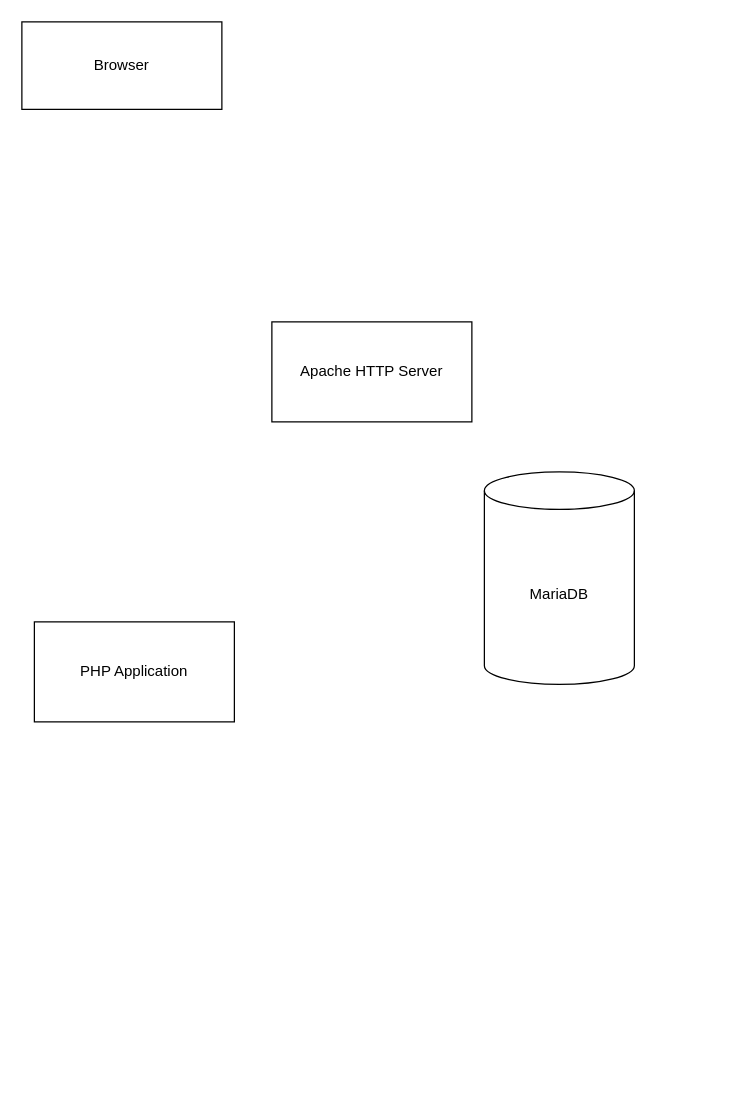
Before: DIAGRAMS/System Architecture Diagram.drawio in kedrick07/sample-tracking-system, a draw.io diagram. Source tidied: cells renumbered, new cells numbered last; positions are measured from the earlier drawing's top-left corner, leaving out a move shared by most shapes. Both pictures are drawn from the tidied source at 125%, with x=0, y=0 at pixel (21, 21).
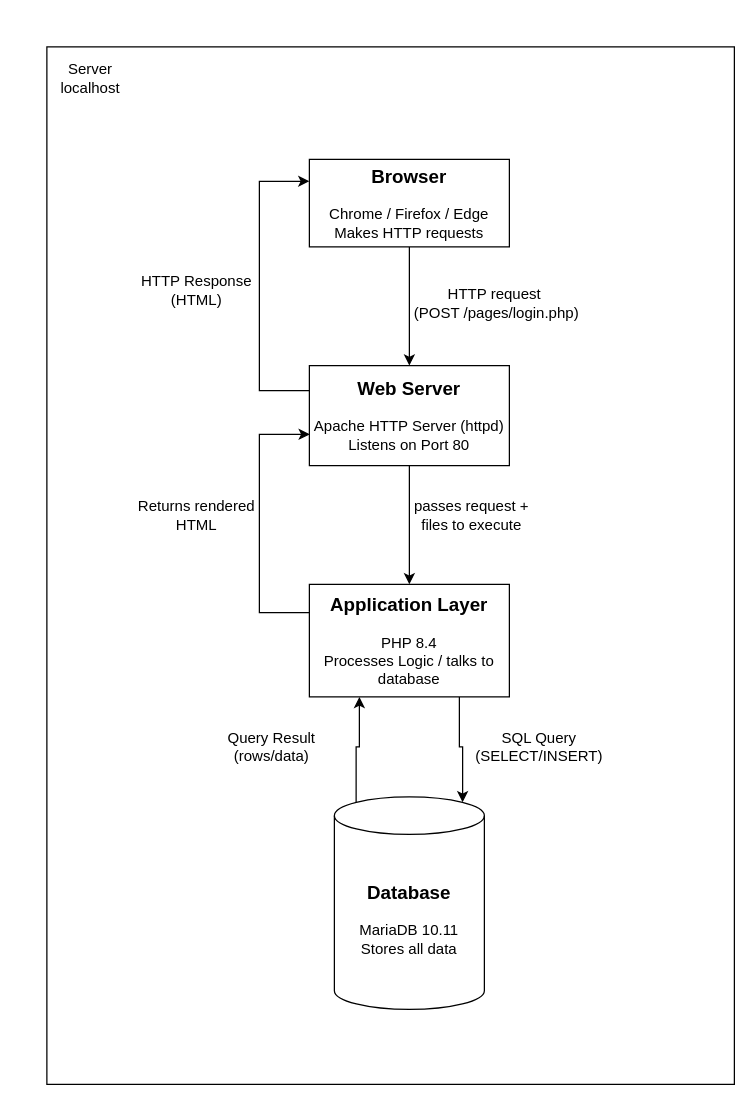
Above is the later version.

Diff of the diagram source:
```diff
@@
+    <mxCell id="6" style="rounded=0;whiteSpace=wrap;html=1;align=left;" parent="1" vertex="1">
+      <mxGeometry x="20" y="20" width="550" height="830" as="geometry" />
+    </mxCell>
+    <mxCell id="7" style="edgeStyle=orthogonalEdgeStyle;rounded=0;jettySize=auto;html=1;exitX=0.5;exitY=1;exitDx=0;exitDy=0;entryX=0.5;entryY=0;entryDx=0;entryDy=0;" parent="1" edge="1" source="2" target="3">
+      <mxGeometry relative="1" as="geometry" />
+    </mxCell>
-    <mxCell id="2" value="Browser" style="rounded=0;whiteSpace=wrap;html=1;" parent="1" vertex="1">
-      <mxGeometry width="160" height="70" as="geometry" />
+    <mxCell id="2" value="&lt;div style=&quot;&quot;&gt;&lt;span style=&quot;background-color: transparent; color: light-dark(rgb(0, 0, 0), rgb(255, 255, 255));&quot;&gt;&lt;b&gt;&lt;font style=&quot;font-size: 15px;&quot;&gt;Browser&lt;/font&gt;&lt;/b&gt;&lt;/span&gt;&lt;/div&gt;&lt;div style=&quot;&quot;&gt;&lt;span style=&quot;background-color: transparent; color: light-dark(rgb(0, 0, 0), rgb(255, 255, 255));&quot;&gt;&lt;br&gt;&lt;/span&gt;&lt;/div&gt;&lt;div&gt;Chrome / Firefox / Edge&lt;/div&gt;&lt;div&gt;Makes HTTP requests&lt;/div&gt;" style="rounded=0;whiteSpace=wrap;html=1;align=center;" parent="1" vertex="1">
+      <mxGeometry x="230" y="110" width="160" height="70" as="geometry" />
     </mxCell>
+    <mxCell id="8" style="edgeStyle=orthogonalEdgeStyle;rounded=0;jettySize=auto;html=1;entryX=0.5;entryY=0;entryDx=0;entryDy=0;" parent="1" edge="1" source="3" target="4">
+      <mxGeometry relative="1" as="geometry" />
+    </mxCell>
+    <mxCell id="9" style="edgeStyle=orthogonalEdgeStyle;rounded=0;jettySize=auto;html=1;exitX=0;exitY=0.25;exitDx=0;exitDy=0;entryX=0;entryY=0.25;entryDx=0;entryDy=0;" parent="1" edge="1" source="3" target="2">
+      <mxGeometry relative="1" as="geometry">
+        <Array as="points">
+          <mxPoint x="190" y="295" />
+          <mxPoint x="190" y="128" />
+        </Array>
+      </mxGeometry>
+    </mxCell>
-    <mxCell id="3" value="Apache HTTP Server" style="rounded=0;whiteSpace=wrap;html=1;" parent="1" vertex="1">
-      <mxGeometry x="200" y="240" width="160" height="80" as="geometry" />
+    <mxCell id="3" value="&lt;div style=&quot;&quot;&gt;&lt;b&gt;&lt;font style=&quot;font-size: 15px;&quot;&gt;Web Server&lt;/font&gt;&lt;/b&gt;&lt;/div&gt;&lt;div style=&quot;&quot;&gt;&lt;br&gt;&lt;/div&gt;&lt;div style=&quot;&quot;&gt;&lt;span style=&quot;background-color: transparent; color: light-dark(rgb(0, 0, 0), rgb(255, 255, 255));&quot;&gt;Apache HTTP Server (httpd)&lt;/span&gt;&lt;/div&gt;&lt;div&gt;Listens on Port 80&lt;/div&gt;" style="rounded=0;whiteSpace=wrap;html=1;align=center;" parent="1" vertex="1">
+      <mxGeometry x="230" y="275" width="160" height="80" as="geometry" />
     </mxCell>
-    <mxCell id="4" value="PHP Application" style="rounded=0;whiteSpace=wrap;html=1;" parent="1" vertex="1">
-      <mxGeometry x="10" y="480" width="160" height="80" as="geometry" />
+    <mxCell id="4" value="&lt;div style=&quot;&quot;&gt;&lt;span style=&quot;background-color: transparent; color: light-dark(rgb(0, 0, 0), rgb(255, 255, 255));&quot;&gt;&lt;b&gt;&lt;font style=&quot;font-size: 15px;&quot;&gt;Application Layer&lt;/font&gt;&lt;/b&gt;&lt;/span&gt;&lt;/div&gt;&lt;div style=&quot;&quot;&gt;&lt;span style=&quot;background-color: transparent; color: light-dark(rgb(0, 0, 0), rgb(255, 255, 255));&quot;&gt;&lt;br&gt;&lt;/span&gt;&lt;/div&gt;&lt;div style=&quot;&quot;&gt;PHP 8.4&lt;/div&gt;&lt;div&gt;Processes Logic / talks to database&lt;/div&gt;" style="rounded=0;whiteSpace=wrap;html=1;align=center;" parent="1" vertex="1">
+      <mxGeometry x="230" y="450" width="160" height="90" as="geometry" />
     </mxCell>
+    <mxCell id="10" style="edgeStyle=orthogonalEdgeStyle;rounded=0;jettySize=auto;html=1;exitX=0.145;exitY=0;exitDx=0;exitDy=4.35;exitPerimeter=0;entryX=0.25;entryY=1;entryDx=0;entryDy=0;" parent="1" edge="1" source="5" target="4">
+      <mxGeometry relative="1" as="geometry" />
+    </mxCell>
-    <mxCell id="5" value="MariaDB" style="shape=cylinder3;whiteSpace=wrap;html=1;boundedLbl=1;backgroundOutline=1;size=15;" parent="1" vertex="1">
-      <mxGeometry x="370" y="360" width="120" height="170" as="geometry" />
+    <mxCell id="5" value="&lt;div style=&quot;&quot;&gt;&lt;span style=&quot;background-color: transparent; color: light-dark(rgb(0, 0, 0), rgb(255, 255, 255));&quot;&gt;&lt;b&gt;&lt;font style=&quot;font-size: 15px;&quot;&gt;Database&lt;/font&gt;&lt;/b&gt;&lt;/span&gt;&lt;/div&gt;&lt;div style=&quot;&quot;&gt;&lt;span style=&quot;background-color: transparent; color: light-dark(rgb(0, 0, 0), rgb(255, 255, 255));&quot;&gt;&lt;b&gt;&lt;br&gt;&lt;/b&gt;&lt;/span&gt;&lt;/div&gt;&lt;div style=&quot;&quot;&gt;MariaDB 10.11&lt;/div&gt;&lt;div style=&quot;&quot;&gt;Stores all data&lt;/div&gt;" style="shape=cylinder3;whiteSpace=wrap;html=1;boundedLbl=1;backgroundOutline=1;size=15;align=center;" parent="1" vertex="1">
+      <mxGeometry x="250" y="620" width="120" height="170" as="geometry" />
     </mxCell>
+    <mxCell id="11" value="HTTP request&amp;nbsp;&lt;div&gt;(POST /pages/login.php)&lt;/div&gt;" style="text;html=1;whiteSpace=wrap;strokeColor=none;fillColor=none;align=center;verticalAlign=middle;rounded=0;" parent="1" vertex="1">
+      <mxGeometry x="300" y="210" width="160" height="30" as="geometry" />
+    </mxCell>
+    <mxCell id="12" value="HTTP Response&lt;div&gt;(HTML)&lt;/div&gt;" style="text;html=1;whiteSpace=wrap;strokeColor=none;fillColor=none;align=center;verticalAlign=middle;rounded=0;" parent="1" vertex="1">
+      <mxGeometry x="60" y="200" width="160" height="30" as="geometry" />
+    </mxCell>
+    <mxCell id="13" value="passes request + files to execute" style="text;html=1;whiteSpace=wrap;strokeColor=none;fillColor=none;align=center;verticalAlign=middle;rounded=0;" parent="1" vertex="1">
+      <mxGeometry x="310" y="380" width="100" height="30" as="geometry" />
+    </mxCell>
+    <mxCell id="14" style="edgeStyle=orthogonalEdgeStyle;rounded=0;jettySize=auto;html=1;exitX=0;exitY=0.25;exitDx=0;exitDy=0;entryX=0.002;entryY=0.687;entryDx=0;entryDy=0;entryPerimeter=0;" parent="1" edge="1" source="4" target="3">
+      <mxGeometry relative="1" as="geometry">
+        <Array as="points">
+          <mxPoint x="190" y="472" />
+          <mxPoint x="190" y="330" />
+        </Array>
+      </mxGeometry>
+    </mxCell>
+    <mxCell id="15" value="Returns rendered HTML" style="text;html=1;whiteSpace=wrap;strokeColor=none;fillColor=none;align=center;verticalAlign=middle;rounded=0;" parent="1" vertex="1">
+      <mxGeometry x="90" y="380" width="100" height="30" as="geometry" />
+    </mxCell>
+    <mxCell id="16" value="SQL Query (SELECT/INSERT)" style="text;html=1;whiteSpace=wrap;strokeColor=none;fillColor=none;align=center;verticalAlign=middle;rounded=0;" parent="1" vertex="1">
+      <mxGeometry x="364" y="560" width="100" height="40" as="geometry" />
+    </mxCell>
+    <mxCell id="17" style="edgeStyle=orthogonalEdgeStyle;rounded=0;jettySize=auto;html=1;exitX=0.75;exitY=1;exitDx=0;exitDy=0;entryX=0.855;entryY=0;entryDx=0;entryDy=4.35;entryPerimeter=0;" parent="1" edge="1" source="4" target="5">
+      <mxGeometry relative="1" as="geometry" />
+    </mxCell>
+    <mxCell id="18" value="Query Result (rows/data)" style="text;html=1;whiteSpace=wrap;strokeColor=none;fillColor=none;align=center;verticalAlign=middle;rounded=0;" parent="1" vertex="1">
+      <mxGeometry x="150" y="560" width="100" height="40" as="geometry" />
+    </mxCell>
+    <mxCell id="19" value="Server&lt;div&gt;localhost&lt;/div&gt;" style="text;html=1;whiteSpace=wrap;strokeColor=none;fillColor=none;align=center;verticalAlign=middle;rounded=0;" parent="1" vertex="1">
+      <mxGeometry y="20" width="110" height="50" as="geometry" />
+    </mxCell>
```
